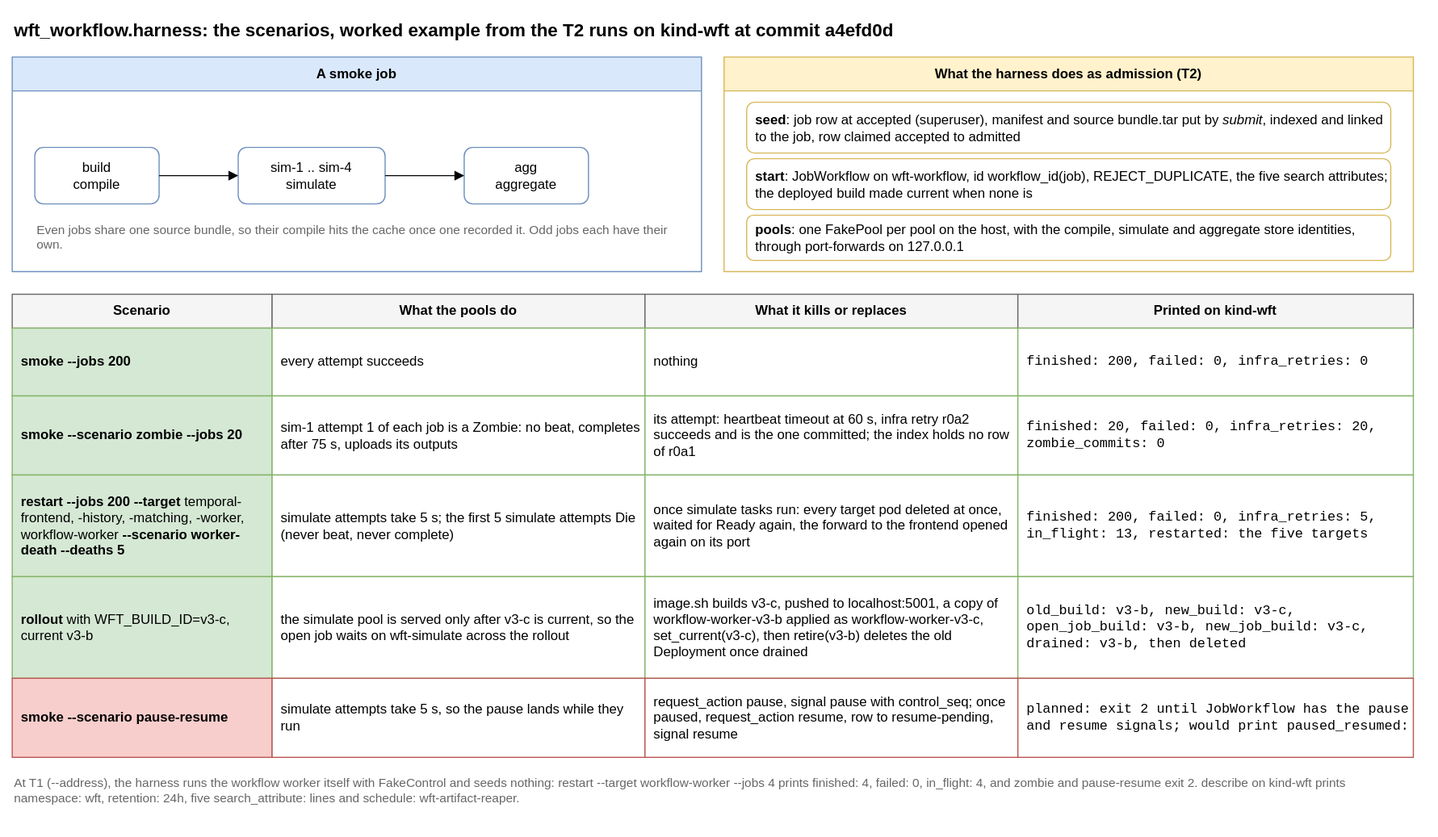
The draw.io diagram packages/workflow/harness.drawio.svg in AndoNorth/disyard, before a commit. Source tidied: cells renumbered, new cells last; positions are measured from the earlier drawing's top-left corner, leaving out a move shared by most shapes. The source it was exported from:
```xml
<mxGraphModel>
  <root>
    <mxCell id="0" />
    <mxCell id="1" parent="0" />
    <mxCell id="2" value="wft_workflow.harness: the scenarios, worked example from the T2 runs on kind-wft at commit a4efd0d" style="text;html=1;fontSize=16;fontStyle=1;align=left;" parent="1" vertex="1">
      <mxGeometry width="1240" height="30" as="geometry" />
    </mxCell>
    <mxCell id="3" value="A smoke job" style="swimlane;startSize=30;html=1;fillColor=#dae8fc;strokeColor=#6c8ebf;fontStyle=1;whiteSpace=wrap;" parent="1" vertex="1">
      <mxGeometry y="40" width="610" height="190" as="geometry" />
    </mxCell>
    <mxCell id="4" value="build&lt;br&gt;compile" style="rounded=1;whiteSpace=wrap;html=1;fillColor=#ffffff;strokeColor=#6c8ebf;" parent="3" vertex="1">
      <mxGeometry x="20" y="80" width="110" height="50" as="geometry" />
    </mxCell>
    <mxCell id="5" value="sim-1 .. sim-4&lt;br&gt;simulate" style="rounded=1;whiteSpace=wrap;html=1;fillColor=#ffffff;strokeColor=#6c8ebf;" parent="3" vertex="1">
      <mxGeometry x="200" y="80" width="130" height="50" as="geometry" />
    </mxCell>
    <mxCell id="6" value="agg&lt;br&gt;aggregate" style="rounded=1;whiteSpace=wrap;html=1;fillColor=#ffffff;strokeColor=#6c8ebf;" parent="3" vertex="1">
      <mxGeometry x="400" y="80" width="110" height="50" as="geometry" />
    </mxCell>
    <mxCell id="7" style="edgeStyle=orthogonalEdgeStyle;html=1;endArrow=block;" parent="3" edge="1" source="4" target="5">
      <mxGeometry relative="1" as="geometry" />
    </mxCell>
    <mxCell id="8" style="edgeStyle=orthogonalEdgeStyle;html=1;endArrow=block;" parent="3" edge="1" source="5" target="6">
      <mxGeometry relative="1" as="geometry" />
    </mxCell>
    <mxCell id="9" value="Even jobs share one source bundle, so their compile hits the cache once one recorded it. Odd jobs each have their own." style="text;html=1;whiteSpace=wrap;align=left;fontSize=11;fontColor=#666666;" parent="3" vertex="1">
      <mxGeometry x="20" y="140" width="570" height="40" as="geometry" />
    </mxCell>
    <mxCell id="10" value="What the harness does as admission (T2)" style="swimlane;startSize=30;html=1;fillColor=#fff2cc;strokeColor=#d6b656;fontStyle=1;whiteSpace=wrap;" parent="1" vertex="1">
      <mxGeometry x="630" y="40" width="610" height="190" as="geometry" />
    </mxCell>
    <mxCell id="11" value="&lt;b&gt;seed&lt;/b&gt;: job row at accepted (superuser), manifest and source bundle.tar put by &lt;i&gt;submit&lt;/i&gt;, indexed and linked to the job, row claimed accepted to admitted" style="rounded=1;whiteSpace=wrap;html=1;fillColor=#ffffff;strokeColor=#d6b656;align=left;spacingLeft=6;" parent="10" vertex="1">
      <mxGeometry x="20" y="40" width="570" height="45" as="geometry" />
    </mxCell>
    <mxCell id="12" value="&lt;b&gt;start&lt;/b&gt;: JobWorkflow on wft-workflow, id workflow_id(job), REJECT_DUPLICATE, the five search attributes; the deployed build made current when none is" style="rounded=1;whiteSpace=wrap;html=1;fillColor=#ffffff;strokeColor=#d6b656;align=left;spacingLeft=6;" parent="10" vertex="1">
      <mxGeometry x="20" y="90" width="570" height="45" as="geometry" />
    </mxCell>
    <mxCell id="13" value="&lt;b&gt;pools&lt;/b&gt;: one FakePool per pool on the host, with the compile, simulate and aggregate store identities, through port-forwards on 127.0.0.1" style="rounded=1;whiteSpace=wrap;html=1;fillColor=#ffffff;strokeColor=#d6b656;align=left;spacingLeft=6;" parent="10" vertex="1">
      <mxGeometry x="20" y="140" width="570" height="40" as="geometry" />
    </mxCell>
    <mxCell id="14" value="Scenario" style="rounded=0;whiteSpace=wrap;html=1;fillColor=#f5f5f5;strokeColor=#666666;fontStyle=1;" parent="1" vertex="1">
      <mxGeometry y="250" width="230" height="30" as="geometry" />
    </mxCell>
    <mxCell id="15" value="What the pools do" style="rounded=0;whiteSpace=wrap;html=1;fillColor=#f5f5f5;strokeColor=#666666;fontStyle=1;" parent="1" vertex="1">
      <mxGeometry x="230" y="250" width="330" height="30" as="geometry" />
    </mxCell>
    <mxCell id="16" value="What it kills or replaces" style="rounded=0;whiteSpace=wrap;html=1;fillColor=#f5f5f5;strokeColor=#666666;fontStyle=1;" parent="1" vertex="1">
      <mxGeometry x="560" y="250" width="330" height="30" as="geometry" />
    </mxCell>
    <mxCell id="17" value="Printed on kind-wft" style="rounded=0;whiteSpace=wrap;html=1;fillColor=#f5f5f5;strokeColor=#666666;fontStyle=1;" parent="1" vertex="1">
      <mxGeometry x="890" y="250" width="350" height="30" as="geometry" />
    </mxCell>
    <mxCell id="18" value="&lt;b&gt;smoke --jobs 200&lt;/b&gt;" style="rounded=0;whiteSpace=wrap;html=1;fillColor=#d5e8d4;strokeColor=#82b366;align=left;spacingLeft=6;" parent="1" vertex="1">
      <mxGeometry y="280" width="230" height="60" as="geometry" />
    </mxCell>
    <mxCell id="19" value="every attempt succeeds" style="rounded=0;whiteSpace=wrap;html=1;fillColor=#ffffff;strokeColor=#82b366;align=left;spacingLeft=6;" parent="1" vertex="1">
      <mxGeometry x="230" y="280" width="330" height="60" as="geometry" />
    </mxCell>
    <mxCell id="20" value="nothing" style="rounded=0;whiteSpace=wrap;html=1;fillColor=#ffffff;strokeColor=#82b366;align=left;spacingLeft=6;" parent="1" vertex="1">
      <mxGeometry x="560" y="280" width="330" height="60" as="geometry" />
    </mxCell>
    <mxCell id="21" value="finished: 200, failed: 0, infra_retries: 0" style="rounded=0;whiteSpace=wrap;html=1;fillColor=#ffffff;strokeColor=#82b366;align=left;spacingLeft=6;fontFamily=Courier New;" parent="1" vertex="1">
      <mxGeometry x="890" y="280" width="350" height="60" as="geometry" />
    </mxCell>
    <mxCell id="22" value="&lt;b&gt;smoke --scenario zombie --jobs 20&lt;/b&gt;" style="rounded=0;whiteSpace=wrap;html=1;fillColor=#d5e8d4;strokeColor=#82b366;align=left;spacingLeft=6;" parent="1" vertex="1">
      <mxGeometry y="340" width="230" height="70" as="geometry" />
    </mxCell>
    <mxCell id="23" value="sim-1 attempt 1 of each job is a Zombie: no beat, completes after 75 s, uploads its outputs" style="rounded=0;whiteSpace=wrap;html=1;fillColor=#ffffff;strokeColor=#82b366;align=left;spacingLeft=6;" parent="1" vertex="1">
      <mxGeometry x="230" y="340" width="330" height="70" as="geometry" />
    </mxCell>
    <mxCell id="24" value="its attempt: heartbeat timeout at 60 s, infra retry r0a2 succeeds and is the one committed; the index holds no row of r0a1" style="rounded=0;whiteSpace=wrap;html=1;fillColor=#ffffff;strokeColor=#82b366;align=left;spacingLeft=6;" parent="1" vertex="1">
      <mxGeometry x="560" y="340" width="330" height="70" as="geometry" />
    </mxCell>
    <mxCell id="25" value="finished: 20, failed: 0, infra_retries: 20, zombie_commits: 0" style="rounded=0;whiteSpace=wrap;html=1;fillColor=#ffffff;strokeColor=#82b366;align=left;spacingLeft=6;fontFamily=Courier New;" parent="1" vertex="1">
      <mxGeometry x="890" y="340" width="350" height="70" as="geometry" />
    </mxCell>
    <mxCell id="26" value="&lt;b&gt;restart --jobs 200 --target&lt;/b&gt; temporal-frontend, -history, -matching, -worker, workflow-worker &lt;b&gt;--scenario worker-death --deaths 5&lt;/b&gt;" style="rounded=0;whiteSpace=wrap;html=1;fillColor=#d5e8d4;strokeColor=#82b366;align=left;spacingLeft=6;" parent="1" vertex="1">
      <mxGeometry y="410" width="230" height="90" as="geometry" />
    </mxCell>
    <mxCell id="27" value="simulate attempts take 5 s; the first 5 simulate attempts Die (never beat, never complete)" style="rounded=0;whiteSpace=wrap;html=1;fillColor=#ffffff;strokeColor=#82b366;align=left;spacingLeft=6;" parent="1" vertex="1">
      <mxGeometry x="230" y="410" width="330" height="90" as="geometry" />
    </mxCell>
    <mxCell id="28" value="once simulate tasks run: every target pod deleted at once, waited for Ready again, the forward to the frontend opened again on its port" style="rounded=0;whiteSpace=wrap;html=1;fillColor=#ffffff;strokeColor=#82b366;align=left;spacingLeft=6;" parent="1" vertex="1">
      <mxGeometry x="560" y="410" width="330" height="90" as="geometry" />
    </mxCell>
    <mxCell id="29" value="finished: 200, failed: 0, infra_retries: 5, in_flight: 13, restarted: the five targets" style="rounded=0;whiteSpace=wrap;html=1;fillColor=#ffffff;strokeColor=#82b366;align=left;spacingLeft=6;fontFamily=Courier New;" parent="1" vertex="1">
      <mxGeometry x="890" y="410" width="350" height="90" as="geometry" />
    </mxCell>
    <mxCell id="30" value="&lt;b&gt;rollout&lt;/b&gt; with WFT_BUILD_ID=v3-c, current v3-b" style="rounded=0;whiteSpace=wrap;html=1;fillColor=#d5e8d4;strokeColor=#82b366;align=left;spacingLeft=6;" parent="1" vertex="1">
      <mxGeometry y="500" width="230" height="90" as="geometry" />
    </mxCell>
    <mxCell id="31" value="the simulate pool is served only after v3-c is current, so the open job waits on wft-simulate across the rollout" style="rounded=0;whiteSpace=wrap;html=1;fillColor=#ffffff;strokeColor=#82b366;align=left;spacingLeft=6;" parent="1" vertex="1">
      <mxGeometry x="230" y="500" width="330" height="90" as="geometry" />
    </mxCell>
    <mxCell id="32" value="image.sh builds v3-c, pushed to localhost:5001, a copy of workflow-worker-v3-b applied as workflow-worker-v3-c, set_current(v3-c), then retire(v3-b) deletes the old Deployment once drained" style="rounded=0;whiteSpace=wrap;html=1;fillColor=#ffffff;strokeColor=#82b366;align=left;spacingLeft=6;" parent="1" vertex="1">
      <mxGeometry x="560" y="500" width="330" height="90" as="geometry" />
    </mxCell>
    <mxCell id="33" value="old_build: v3-b, new_build: v3-c, open_job_build: v3-b, new_job_build: v3-c, drained: v3-b, then deleted" style="rounded=0;whiteSpace=wrap;html=1;fillColor=#ffffff;strokeColor=#82b366;align=left;spacingLeft=6;fontFamily=Courier New;" parent="1" vertex="1">
      <mxGeometry x="890" y="500" width="350" height="90" as="geometry" />
    </mxCell>
    <mxCell id="34" value="&lt;b&gt;smoke --scenario pause-resume&lt;/b&gt;" style="rounded=0;whiteSpace=wrap;html=1;fillColor=#f8cecc;strokeColor=#b85450;align=left;spacingLeft=6;" parent="1" vertex="1">
      <mxGeometry y="590" width="230" height="70" as="geometry" />
    </mxCell>
    <mxCell id="35" value="simulate attempts take 5 s, so the pause lands while they run" style="rounded=0;whiteSpace=wrap;html=1;fillColor=#ffffff;strokeColor=#b85450;align=left;spacingLeft=6;" parent="1" vertex="1">
      <mxGeometry x="230" y="590" width="330" height="70" as="geometry" />
    </mxCell>
    <mxCell id="36" value="request_action pause, signal pause with control_seq; once paused, request_action resume, row to resume-pending, signal resume" style="rounded=0;whiteSpace=wrap;html=1;fillColor=#ffffff;strokeColor=#b85450;align=left;spacingLeft=6;" parent="1" vertex="1">
      <mxGeometry x="560" y="590" width="330" height="70" as="geometry" />
    </mxCell>
    <mxCell id="37" value="planned: exit 2 until JobWorkflow has the pause and resume signals; would print paused_resumed:" style="rounded=0;whiteSpace=wrap;html=1;fillColor=#ffffff;strokeColor=#b85450;align=left;spacingLeft=6;fontFamily=Courier New;" parent="1" vertex="1">
      <mxGeometry x="890" y="590" width="350" height="70" as="geometry" />
    </mxCell>
    <mxCell id="38" value="At T1 (--address), the harness runs the workflow worker itself with FakeControl and seeds nothing: restart --target workflow-worker --jobs 4 prints finished: 4, failed: 0, in_flight: 4, and zombie and pause-resume exit 2. describe on kind-wft prints namespace: wft, retention: 24h, five search_attribute: lines and schedule: wft-artifact-reaper." style="text;html=1;whiteSpace=wrap;align=left;fontSize=11;fontColor=#666666;" parent="1" vertex="1">
      <mxGeometry y="670" width="1240" height="40" as="geometry" />
    </mxCell>
  </root>
</mxGraphModel>
```
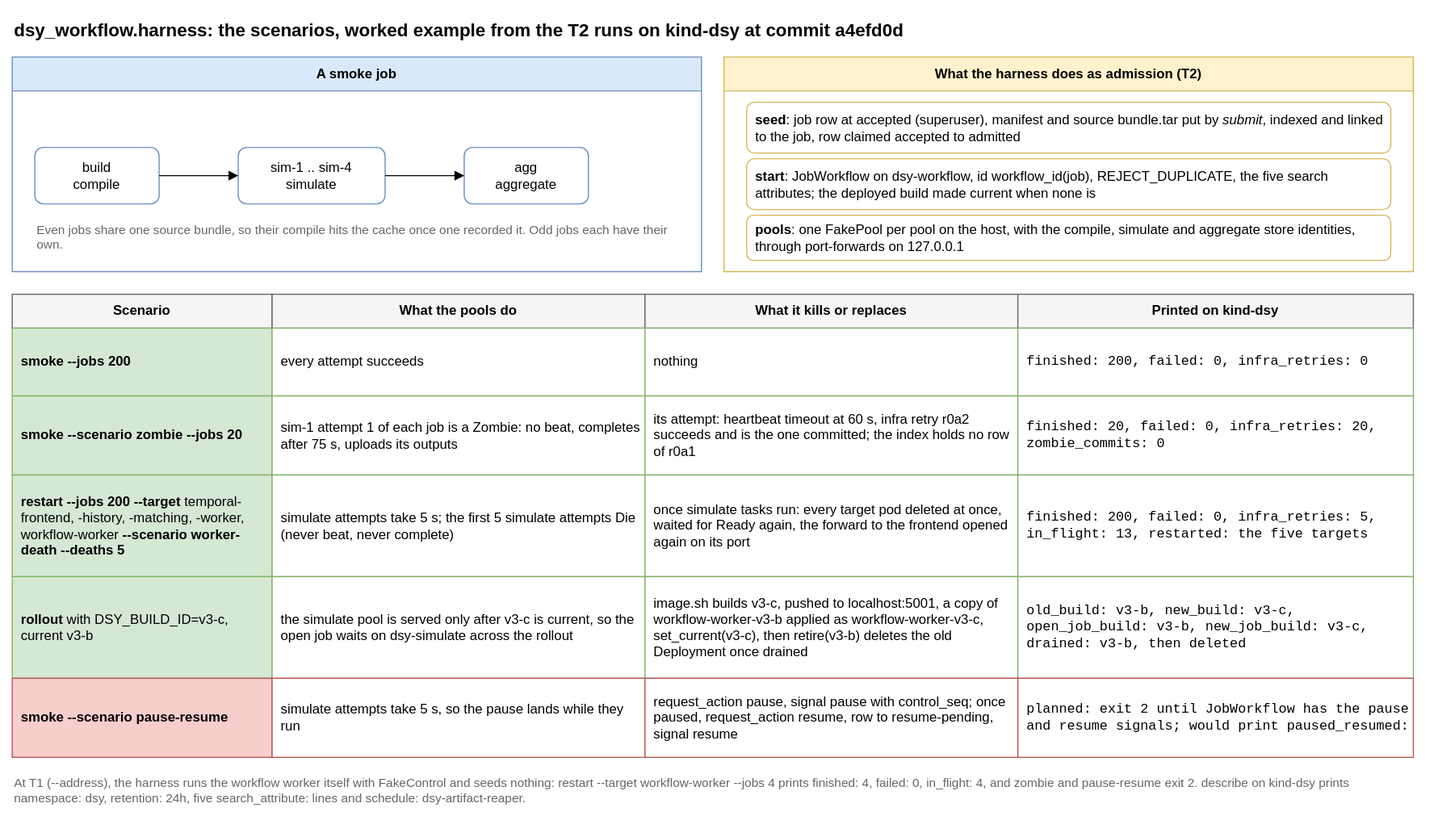
After the change.

Change to the diagram source:
```diff
@@ -2,7 +2,7 @@
   <root>
     <mxCell id="0" />
     <mxCell id="1" parent="0" />
-    <mxCell id="2" value="wft_workflow.harness: the scenarios, worked example from the T2 runs on kind-wft at commit a4efd0d" style="text;html=1;fontSize=16;fontStyle=1;align=left;" parent="1" vertex="1">
+    <mxCell id="2" value="dsy_workflow.harness: the scenarios, worked example from the T2 runs on kind-dsy at commit a4efd0d" style="text;html=1;fontSize=16;fontStyle=1;align=left;" parent="1" vertex="1">
       <mxGeometry width="1240" height="30" as="geometry" />
     </mxCell>
     <mxCell id="3" value="A smoke job" style="swimlane;startSize=30;html=1;fillColor=#dae8fc;strokeColor=#6c8ebf;fontStyle=1;whiteSpace=wrap;" parent="1" vertex="1">
@@ -32,7 +32,7 @@
     <mxCell id="11" value="&lt;b&gt;seed&lt;/b&gt;: job row at accepted (superuser), manifest and source bundle.tar put by &lt;i&gt;submit&lt;/i&gt;, indexed and linked to the job, row claimed accepted to admitted" style="rounded=1;whiteSpace=wrap;html=1;fillColor=#ffffff;strokeColor=#d6b656;align=left;spacingLeft=6;" parent="10" vertex="1">
       <mxGeometry x="20" y="40" width="570" height="45" as="geometry" />
     </mxCell>
-    <mxCell id="12" value="&lt;b&gt;start&lt;/b&gt;: JobWorkflow on wft-workflow, id workflow_id(job), REJECT_DUPLICATE, the five search attributes; the deployed build made current when none is" style="rounded=1;whiteSpace=wrap;html=1;fillColor=#ffffff;strokeColor=#d6b656;align=left;spacingLeft=6;" parent="10" vertex="1">
+    <mxCell id="12" value="&lt;b&gt;start&lt;/b&gt;: JobWorkflow on dsy-workflow, id workflow_id(job), REJECT_DUPLICATE, the five search attributes; the deployed build made current when none is" style="rounded=1;whiteSpace=wrap;html=1;fillColor=#ffffff;strokeColor=#d6b656;align=left;spacingLeft=6;" parent="10" vertex="1">
       <mxGeometry x="20" y="90" width="570" height="45" as="geometry" />
     </mxCell>
     <mxCell id="13" value="&lt;b&gt;pools&lt;/b&gt;: one FakePool per pool on the host, with the compile, simulate and aggregate store identities, through port-forwards on 127.0.0.1" style="rounded=1;whiteSpace=wrap;html=1;fillColor=#ffffff;strokeColor=#d6b656;align=left;spacingLeft=6;" parent="10" vertex="1">
@@ -47,7 +47,7 @@
     <mxCell id="16" value="What it kills or replaces" style="rounded=0;whiteSpace=wrap;html=1;fillColor=#f5f5f5;strokeColor=#666666;fontStyle=1;" parent="1" vertex="1">
       <mxGeometry x="560" y="250" width="330" height="30" as="geometry" />
     </mxCell>
-    <mxCell id="17" value="Printed on kind-wft" style="rounded=0;whiteSpace=wrap;html=1;fillColor=#f5f5f5;strokeColor=#666666;fontStyle=1;" parent="1" vertex="1">
+    <mxCell id="17" value="Printed on kind-dsy" style="rounded=0;whiteSpace=wrap;html=1;fillColor=#f5f5f5;strokeColor=#666666;fontStyle=1;" parent="1" vertex="1">
       <mxGeometry x="890" y="250" width="350" height="30" as="geometry" />
     </mxCell>
     <mxCell id="18" value="&lt;b&gt;smoke --jobs 200&lt;/b&gt;" style="rounded=0;whiteSpace=wrap;html=1;fillColor=#d5e8d4;strokeColor=#82b366;align=left;spacingLeft=6;" parent="1" vertex="1">
@@ -86,10 +86,10 @@
     <mxCell id="29" value="finished: 200, failed: 0, infra_retries: 5, in_flight: 13, restarted: the five targets" style="rounded=0;whiteSpace=wrap;html=1;fillColor=#ffffff;strokeColor=#82b366;align=left;spacingLeft=6;fontFamily=Courier New;" parent="1" vertex="1">
       <mxGeometry x="890" y="410" width="350" height="90" as="geometry" />
     </mxCell>
-    <mxCell id="30" value="&lt;b&gt;rollout&lt;/b&gt; with WFT_BUILD_ID=v3-c, current v3-b" style="rounded=0;whiteSpace=wrap;html=1;fillColor=#d5e8d4;strokeColor=#82b366;align=left;spacingLeft=6;" parent="1" vertex="1">
+    <mxCell id="30" value="&lt;b&gt;rollout&lt;/b&gt; with DSY_BUILD_ID=v3-c, current v3-b" style="rounded=0;whiteSpace=wrap;html=1;fillColor=#d5e8d4;strokeColor=#82b366;align=left;spacingLeft=6;" parent="1" vertex="1">
       <mxGeometry y="500" width="230" height="90" as="geometry" />
     </mxCell>
-    <mxCell id="31" value="the simulate pool is served only after v3-c is current, so the open job waits on wft-simulate across the rollout" style="rounded=0;whiteSpace=wrap;html=1;fillColor=#ffffff;strokeColor=#82b366;align=left;spacingLeft=6;" parent="1" vertex="1">
+    <mxCell id="31" value="the simulate pool is served only after v3-c is current, so the open job waits on dsy-simulate across the rollout" style="rounded=0;whiteSpace=wrap;html=1;fillColor=#ffffff;strokeColor=#82b366;align=left;spacingLeft=6;" parent="1" vertex="1">
       <mxGeometry x="230" y="500" width="330" height="90" as="geometry" />
     </mxCell>
     <mxCell id="32" value="image.sh builds v3-c, pushed to localhost:5001, a copy of workflow-worker-v3-b applied as workflow-worker-v3-c, set_current(v3-c), then retire(v3-b) deletes the old Deployment once drained" style="rounded=0;whiteSpace=wrap;html=1;fillColor=#ffffff;strokeColor=#82b366;align=left;spacingLeft=6;" parent="1" vertex="1">
@@ -110,7 +110,7 @@
     <mxCell id="37" value="planned: exit 2 until JobWorkflow has the pause and resume signals; would print paused_resumed:" style="rounded=0;whiteSpace=wrap;html=1;fillColor=#ffffff;strokeColor=#b85450;align=left;spacingLeft=6;fontFamily=Courier New;" parent="1" vertex="1">
       <mxGeometry x="890" y="590" width="350" height="70" as="geometry" />
     </mxCell>
-    <mxCell id="38" value="At T1 (--address), the harness runs the workflow worker itself with FakeControl and seeds nothing: restart --target workflow-worker --jobs 4 prints finished: 4, failed: 0, in_flight: 4, and zombie and pause-resume exit 2. describe on kind-wft prints namespace: wft, retention: 24h, five search_attribute: lines and schedule: wft-artifact-reaper." style="text;html=1;whiteSpace=wrap;align=left;fontSize=11;fontColor=#666666;" parent="1" vertex="1">
+    <mxCell id="38" value="At T1 (--address), the harness runs the workflow worker itself with FakeControl and seeds nothing: restart --target workflow-worker --jobs 4 prints finished: 4, failed: 0, in_flight: 4, and zombie and pause-resume exit 2. describe on kind-dsy prints namespace: dsy, retention: 24h, five search_attribute: lines and schedule: dsy-artifact-reaper." style="text;html=1;whiteSpace=wrap;align=left;fontSize=11;fontColor=#666666;" parent="1" vertex="1">
       <mxGeometry y="670" width="1240" height="40" as="geometry" />
     </mxCell>
   </root>
```
